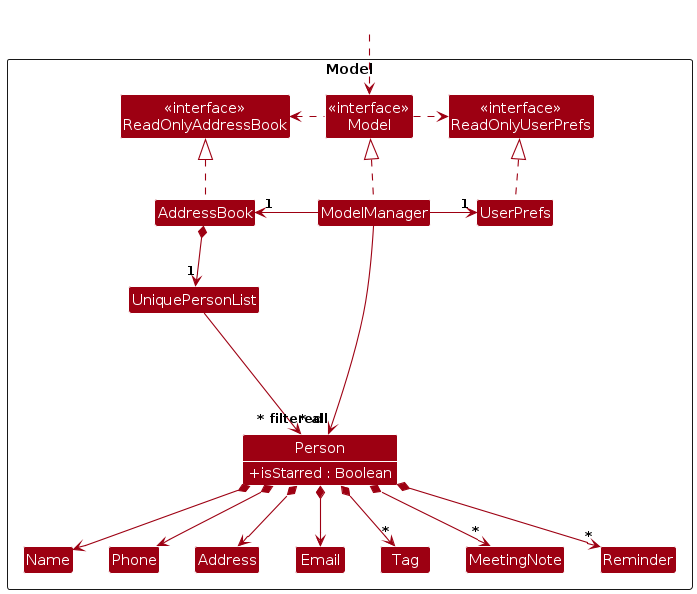
This is diagrams/ModelClassDiagram.png from AY2526S1-CS2103T-F09-1/tp, a PlantUML export, as it was before one commit. Its source is kept beside it as diagrams/ModelClassDiagram.puml.
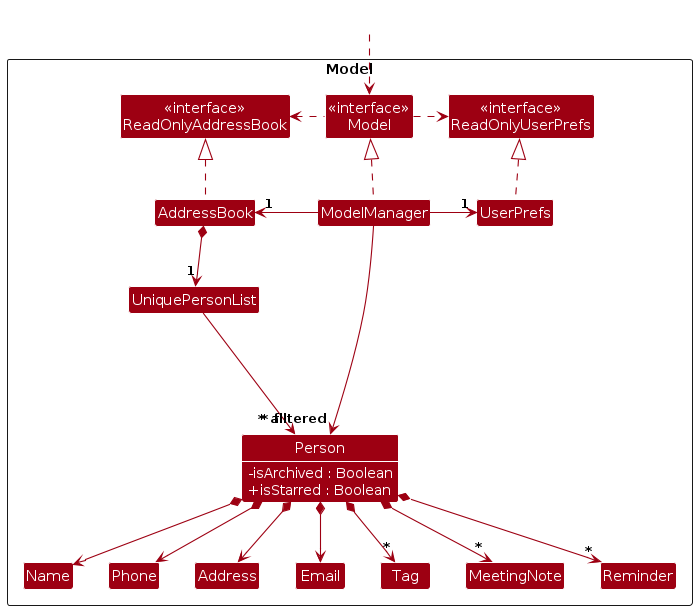
The same file after the commit.

Diff of the diagram source:
```diff
@@ -18,6 +18,7 @@
 
 Class UniquePersonList
 Class Person {
+    -isArchived : Boolean
     +isStarred : Boolean
 }
 Class Address
```
